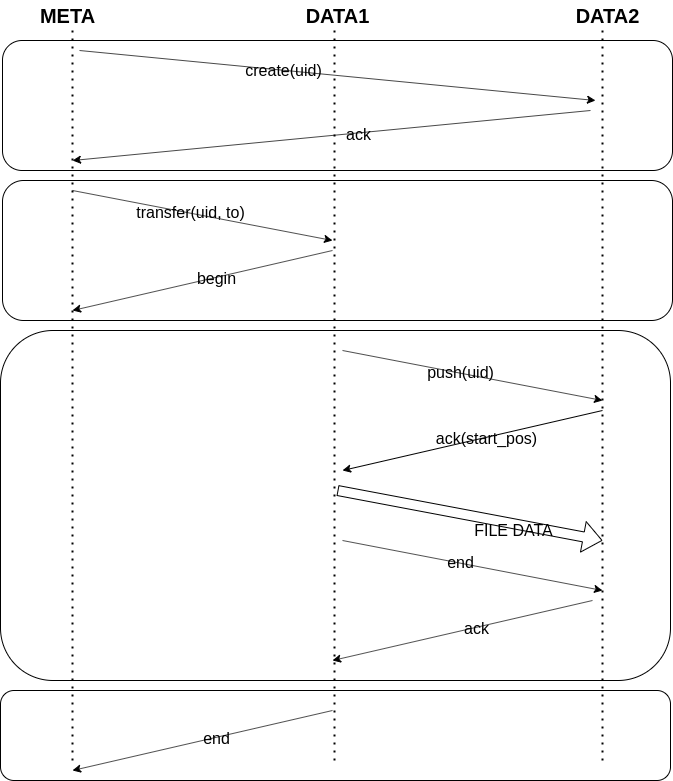
Above: diagrams/requests/transfer_request.png in ale99WGiais/tesina_iot (draw.io), before the change. Source tidied: cells renumbered, new cells last; positions are measured from the earlier drawing's top-left corner, leaving out a move shared by most shapes.
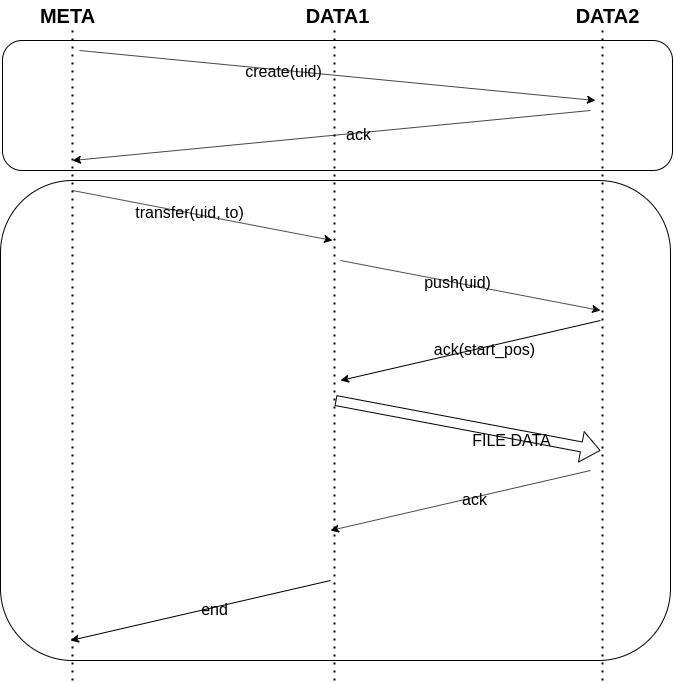
After the commit.

The edit, as a diff of the source:
```diff
@@ -2,15 +2,9 @@
   <root>
     <mxCell id="0" />
     <mxCell id="1" parent="0" />
-    <mxCell id="2" style="rounded=1;whiteSpace=wrap;html=1;" parent="1" vertex="1">
-      <mxGeometry y="690" width="670" height="90" as="geometry" />
-    </mxCell>
     <mxCell id="3" style="rounded=1;whiteSpace=wrap;html=1;" parent="1" vertex="1">
-      <mxGeometry y="330" width="670" height="350" as="geometry" />
+      <mxGeometry y="180" width="670" height="480" as="geometry" />
     </mxCell>
-    <mxCell id="4" style="rounded=1;whiteSpace=wrap;html=1;" parent="1" vertex="1">
-      <mxGeometry x="2" y="180" width="670" height="140" as="geometry" />
-    </mxCell>
     <mxCell id="5" style="rounded=1;whiteSpace=wrap;html=1;" parent="1" vertex="1">
       <mxGeometry x="2" y="40" width="670" height="130" as="geometry" />
     </mxCell>
@@ -27,7 +21,7 @@
     </mxCell>
     <mxCell id="8" style="endArrow=none;dashed=1;html=1;dashPattern=1 3;strokeWidth=2;fontSize=12;" parent="1" edge="1">
       <mxGeometry relative="1" as="geometry">
-        <mxPoint x="334" y="760" as="sourcePoint" />
+        <mxPoint x="334" y="680" as="sourcePoint" />
         <mxPoint x="334" y="30" as="targetPoint" />
       </mxGeometry>
     </mxCell>
@@ -51,25 +45,16 @@
     </mxCell>
     <mxCell id="14" style="endArrow=none;dashed=1;html=1;dashPattern=1 3;strokeWidth=2;fontSize=12;" parent="1" edge="1">
       <mxGeometry relative="1" as="geometry">
-        <mxPoint x="72" y="760" as="sourcePoint" />
+        <mxPoint x="72" y="680" as="sourcePoint" />
         <mxPoint x="72" y="30" as="targetPoint" />
       </mxGeometry>
     </mxCell>
     <mxCell id="15" style="endArrow=none;dashed=1;html=1;dashPattern=1 3;strokeWidth=2;fontSize=12;" parent="1" edge="1">
       <mxGeometry relative="1" as="geometry">
-        <mxPoint x="602" y="760" as="sourcePoint" />
+        <mxPoint x="602" y="680" as="sourcePoint" />
         <mxPoint x="602" y="30" as="targetPoint" />
       </mxGeometry>
     </mxCell>
-    <mxCell id="16" style="endArrow=classic;html=1;fontSize=20;" parent="1" edge="1">
-      <mxGeometry relative="1" as="geometry">
-        <mxPoint x="332" y="250" as="sourcePoint" />
-        <mxPoint x="72" y="310" as="targetPoint" />
-      </mxGeometry>
-    </mxCell>
-    <mxCell id="17" value="begin" style="edgeLabel;html=1;align=center;verticalAlign=middle;fontSize=16;" parent="16" vertex="1">
-      <mxGeometry x="-0.1" y="1" relative="1" as="geometry" />
-    </mxCell>
     <mxCell id="18" style="endArrow=classic;html=1;fontSize=20;" parent="1" edge="1">
       <mxGeometry relative="1" as="geometry">
         <mxPoint x="590" y="110" as="sourcePoint" />
@@ -81,26 +66,17 @@
     </mxCell>
     <mxCell id="20" style="shape=flexArrow;endArrow=classic;html=1;fontSize=16;" parent="1" edge="1">
       <mxGeometry relative="1" as="geometry">
-        <mxPoint x="337" y="490" as="sourcePoint" />
-        <mxPoint x="602" y="540" as="targetPoint" />
+        <mxPoint x="335" y="400" as="sourcePoint" />
+        <mxPoint x="600" y="450" as="targetPoint" />
       </mxGeometry>
     </mxCell>
     <mxCell id="21" value="FILE DATA" style="edgeLabel;html=1;align=center;verticalAlign=middle;fontSize=16;" parent="20" vertex="1">
       <mxGeometry x="0.34" y="-6" relative="1" as="geometry" />
     </mxCell>
-    <mxCell id="22" style="endArrow=classic;html=1;fontSize=20;" parent="1" edge="1">
-      <mxGeometry relative="1" as="geometry">
-        <mxPoint x="342" y="540" as="sourcePoint" />
-        <mxPoint x="602" y="590" as="targetPoint" />
-      </mxGeometry>
-    </mxCell>
-    <mxCell id="23" value="&lt;div&gt;end&lt;/div&gt;" style="edgeLabel;html=1;align=center;verticalAlign=middle;fontSize=16;" parent="22" vertex="1">
-      <mxGeometry x="-0.1" y="1" relative="1" as="geometry" />
-    </mxCell>
     <mxCell id="24" style="endArrow=classic;html=1;fontSize=20;" parent="1" edge="1">
       <mxGeometry relative="1" as="geometry">
-        <mxPoint x="602" y="410" as="sourcePoint" />
-        <mxPoint x="342" y="470" as="targetPoint" />
+        <mxPoint x="600" y="320" as="sourcePoint" />
+        <mxPoint x="340" y="380" as="targetPoint" />
       </mxGeometry>
     </mxCell>
     <mxCell id="25" value="ack(start_pos)" style="edgeLabel;html=1;align=center;verticalAlign=middle;fontSize=16;" parent="24" vertex="1">
@@ -108,8 +84,8 @@
     </mxCell>
     <mxCell id="26" style="endArrow=classic;html=1;fontSize=20;" parent="1" edge="1">
       <mxGeometry relative="1" as="geometry">
-        <mxPoint x="342" y="350" as="sourcePoint" />
-        <mxPoint x="602" y="400" as="targetPoint" />
+        <mxPoint x="340" y="260" as="sourcePoint" />
+        <mxPoint x="600" y="310" as="targetPoint" />
       </mxGeometry>
     </mxCell>
     <mxCell id="27" value="&lt;div&gt;push(uid)&lt;/div&gt;" style="edgeLabel;html=1;align=center;verticalAlign=middle;fontSize=16;" parent="26" vertex="1">
@@ -117,8 +93,8 @@
     </mxCell>
     <mxCell id="28" style="endArrow=classic;html=1;fontSize=20;" parent="1" edge="1">
       <mxGeometry relative="1" as="geometry">
-        <mxPoint x="592" y="600" as="sourcePoint" />
-        <mxPoint x="332" y="660" as="targetPoint" />
+        <mxPoint x="590" y="470" as="sourcePoint" />
+        <mxPoint x="330" y="530" as="targetPoint" />
       </mxGeometry>
     </mxCell>
     <mxCell id="29" value="ack" style="edgeLabel;html=1;align=center;verticalAlign=middle;fontSize=16;" parent="28" vertex="1">
@@ -126,8 +102,8 @@
     </mxCell>
     <mxCell id="30" style="endArrow=classic;html=1;fontSize=20;" parent="1" edge="1">
       <mxGeometry relative="1" as="geometry">
-        <mxPoint x="332" y="710" as="sourcePoint" />
-        <mxPoint x="72" y="770" as="targetPoint" />
+        <mxPoint x="330" y="580" as="sourcePoint" />
+        <mxPoint x="70" y="640" as="targetPoint" />
       </mxGeometry>
     </mxCell>
     <mxCell id="31" value="end" style="edgeLabel;html=1;align=center;verticalAlign=middle;fontSize=16;" parent="30" vertex="1">
```
